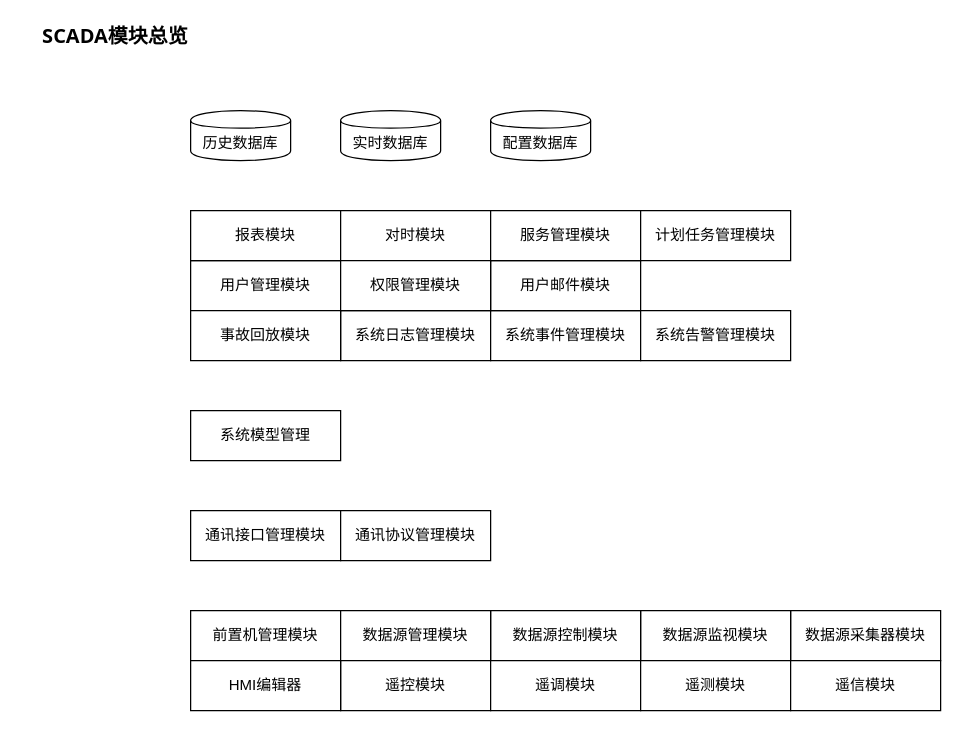
Before: page "SCADA模块" (3 of 3) of 未命名绘图.drawio in bedreamer/draw.io, a draw.io diagram. Source tidied: cells renumbered, new cells numbered last; positions are measured from the earlier drawing's top-left corner, leaving out a move shared by most shapes. Both pictures are drawn from the tidied source at 125%, with x=0, y=0 at pixel (21, 22).
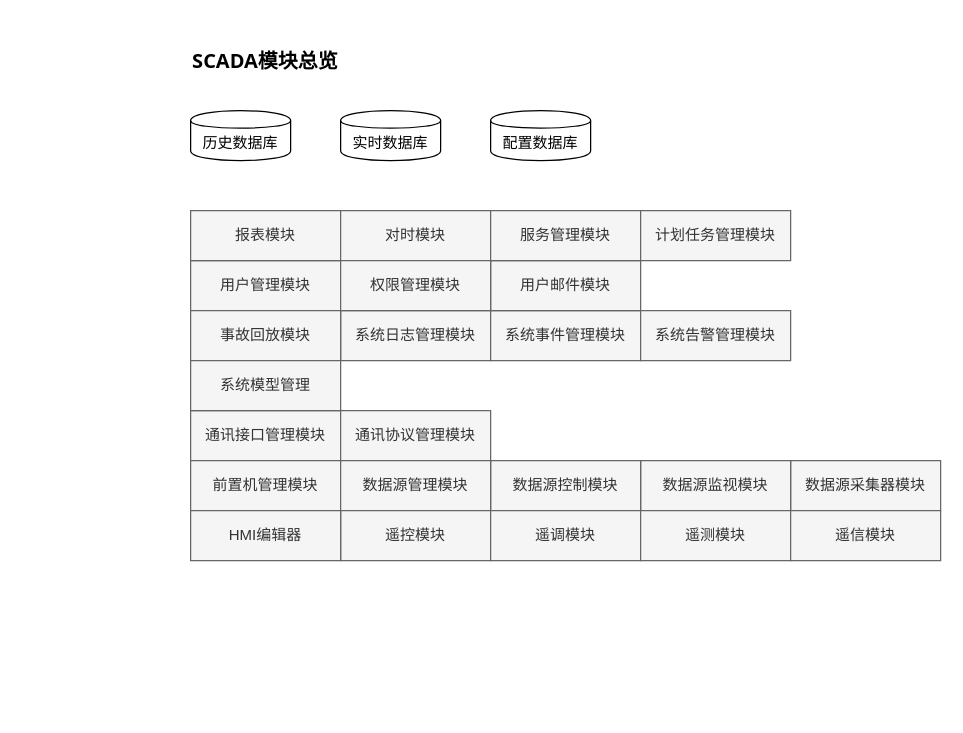
The same page after the edit.

Commit message:
更新未命名绘图.drawio

Diff of the diagram source:
```diff
@@
-    <mxCell id="2" value="系统日志管理模块" style="rounded=0;whiteSpace=wrap;html=1;" parent="1" vertex="1">
+    <mxCell id="2" value="系统日志管理模块" style="rounded=0;whiteSpace=wrap;html=1;fillColor=#f5f5f5;strokeColor=#666666;fontColor=#333333;" parent="1" vertex="1">
       <mxGeometry x="255" y="230" width="120" height="40" as="geometry" />
     </mxCell>
-    <mxCell id="3" value="系统事件管理模块" style="rounded=0;whiteSpace=wrap;html=1;" parent="1" vertex="1">
+    <mxCell id="3" value="系统事件管理模块" style="rounded=0;whiteSpace=wrap;html=1;fillColor=#f5f5f5;strokeColor=#666666;fontColor=#333333;" parent="1" vertex="1">
       <mxGeometry x="375" y="230" width="120" height="40" as="geometry" />
     </mxCell>
@@
-    <mxCell id="6" value="数据源采集器模块" style="rounded=0;whiteSpace=wrap;html=1;" parent="1" vertex="1">
-      <mxGeometry x="615" y="470" width="120" height="40" as="geometry" />
+    <mxCell id="6" value="数据源采集器模块" style="rounded=0;whiteSpace=wrap;html=1;fillColor=#f5f5f5;strokeColor=#666666;fontColor=#333333;" parent="1" vertex="1">
+      <mxGeometry x="615" y="350" width="120" height="40" as="geometry" />
     </mxCell>
@@
-    <mxCell id="8" value="数据源监视模块" style="rounded=0;whiteSpace=wrap;html=1;" parent="1" vertex="1">
-      <mxGeometry x="495" y="470" width="120" height="40" as="geometry" />
+    <mxCell id="8" value="数据源监视模块" style="rounded=0;whiteSpace=wrap;html=1;fillColor=#f5f5f5;strokeColor=#666666;fontColor=#333333;" parent="1" vertex="1">
+      <mxGeometry x="495" y="350" width="120" height="40" as="geometry" />
     </mxCell>
-    <mxCell id="9" value="数据源控制模块" style="rounded=0;whiteSpace=wrap;html=1;" parent="1" vertex="1">
-      <mxGeometry x="375" y="470" width="120" height="40" as="geometry" />
+    <mxCell id="9" value="数据源控制模块" style="rounded=0;whiteSpace=wrap;html=1;fillColor=#f5f5f5;strokeColor=#666666;fontColor=#333333;" parent="1" vertex="1">
+      <mxGeometry x="375" y="350" width="120" height="40" as="geometry" />
     </mxCell>
-    <mxCell id="10" value="用户管理模块" style="rounded=0;whiteSpace=wrap;html=1;" parent="1" vertex="1">
+    <mxCell id="10" value="用户管理模块" style="rounded=0;whiteSpace=wrap;html=1;fillColor=#f5f5f5;strokeColor=#666666;fontColor=#333333;" parent="1" vertex="1">
       <mxGeometry x="135" y="190" width="120" height="40" as="geometry" />
     </mxCell>
-    <mxCell id="11" value="用户邮件模块" style="rounded=0;whiteSpace=wrap;html=1;" parent="1" vertex="1">
+    <mxCell id="11" value="用户邮件模块" style="rounded=0;whiteSpace=wrap;html=1;fillColor=#f5f5f5;strokeColor=#666666;fontColor=#333333;" parent="1" vertex="1">
       <mxGeometry x="375" y="190" width="120" height="40" as="geometry" />
     </mxCell>
     <mxCell id="12" value="SCADA模块总览" style="text;html=1;strokeColor=none;fillColor=none;align=center;verticalAlign=middle;whiteSpace=wrap;rounded=0;fontStyle=1;fontFamily=Tahoma;fontSize=16;" parent="1" vertex="1">
-      <mxGeometry width="150" height="20" as="geometry" />
+      <mxGeometry x="120" y="20" width="150" height="20" as="geometry" />
     </mxCell>
-    <mxCell id="13" value="事故回放模块" style="rounded=0;whiteSpace=wrap;html=1;fontFamily=Helvetica;fontSize=12;" parent="1" vertex="1">
+    <mxCell id="13" value="事故回放模块" style="rounded=0;whiteSpace=wrap;html=1;fontFamily=Helvetica;fontSize=12;fillColor=#f5f5f5;strokeColor=#666666;fontColor=#333333;" parent="1" vertex="1">
       <mxGeometry x="135" y="230" width="120" height="40" as="geometry" />
     </mxCell>
-    <mxCell id="14" value="通讯接口管理模块" style="rounded=0;whiteSpace=wrap;html=1;fontFamily=Helvetica;fontSize=12;" parent="1" vertex="1">
-      <mxGeometry x="135" y="390" width="120" height="40" as="geometry" />
+    <mxCell id="14" value="通讯接口管理模块" style="rounded=0;whiteSpace=wrap;html=1;fontFamily=Helvetica;fontSize=12;fillColor=#f5f5f5;strokeColor=#666666;fontColor=#333333;" parent="1" vertex="1">
+      <mxGeometry x="135" y="310" width="120" height="40" as="geometry" />
     </mxCell>
-    <mxCell id="15" value="前置机管理模块" style="rounded=0;whiteSpace=wrap;html=1;fontFamily=Helvetica;fontSize=12;" parent="1" vertex="1">
-      <mxGeometry x="135" y="470" width="120" height="40" as="geometry" />
+    <mxCell id="15" value="前置机管理模块" style="rounded=0;whiteSpace=wrap;html=1;fontFamily=Helvetica;fontSize=12;fillColor=#f5f5f5;strokeColor=#666666;fontColor=#333333;" parent="1" vertex="1">
+      <mxGeometry x="135" y="350" width="120" height="40" as="geometry" />
     </mxCell>
-    <mxCell id="16" value="通讯协议管理模块" style="rounded=0;whiteSpace=wrap;html=1;fontFamily=Helvetica;fontSize=12;" parent="1" vertex="1">
-      <mxGeometry x="255" y="390" width="120" height="40" as="geometry" />
+    <mxCell id="16" value="通讯协议管理模块" style="rounded=0;whiteSpace=wrap;html=1;fontFamily=Helvetica;fontSize=12;fillColor=#f5f5f5;strokeColor=#666666;fontColor=#333333;" parent="1" vertex="1">
+      <mxGeometry x="255" y="310" width="120" height="40" as="geometry" />
     </mxCell>
-    <mxCell id="17" value="数据源管理模块" style="rounded=0;whiteSpace=wrap;html=1;fontFamily=Helvetica;fontSize=12;" parent="1" vertex="1">
-      <mxGeometry x="255" y="470" width="120" height="40" as="geometry" />
+    <mxCell id="17" value="数据源管理模块" style="rounded=0;whiteSpace=wrap;html=1;fontFamily=Helvetica;fontSize=12;fillColor=#f5f5f5;strokeColor=#666666;fontColor=#333333;" parent="1" vertex="1">
+      <mxGeometry x="255" y="350" width="120" height="40" as="geometry" />
     </mxCell>
-    <mxCell id="18" value="遥控模块" style="rounded=0;whiteSpace=wrap;html=1;fontFamily=Helvetica;fontSize=12;" parent="1" vertex="1">
-      <mxGeometry x="255" y="510" width="120" height="40" as="geometry" />
+    <mxCell id="18" value="遥控模块" style="rounded=0;whiteSpace=wrap;html=1;fontFamily=Helvetica;fontSize=12;fillColor=#f5f5f5;strokeColor=#666666;fontColor=#333333;" parent="1" vertex="1">
+      <mxGeometry x="255" y="390" width="120" height="40" as="geometry" />
     </mxCell>
-    <mxCell id="19" value="遥调模块" style="rounded=0;whiteSpace=wrap;html=1;fontFamily=Helvetica;fontSize=12;" parent="1" vertex="1">
-      <mxGeometry x="375" y="510" width="120" height="40" as="geometry" />
+    <mxCell id="19" value="遥调模块" style="rounded=0;whiteSpace=wrap;html=1;fontFamily=Helvetica;fontSize=12;fillColor=#f5f5f5;strokeColor=#666666;fontColor=#333333;" parent="1" vertex="1">
+      <mxGeometry x="375" y="390" width="120" height="40" as="geometry" />
     </mxCell>
-    <mxCell id="20" value="遥测模块" style="rounded=0;whiteSpace=wrap;html=1;fontFamily=Helvetica;fontSize=12;" parent="1" vertex="1">
-      <mxGeometry x="495" y="510" width="120" height="40" as="geometry" />
+    <mxCell id="20" value="遥测模块" style="rounded=0;whiteSpace=wrap;html=1;fontFamily=Helvetica;fontSize=12;fillColor=#f5f5f5;strokeColor=#666666;fontColor=#333333;" parent="1" vertex="1">
+      <mxGeometry x="495" y="390" width="120" height="40" as="geometry" />
     </mxCell>
-    <mxCell id="21" value="遥信模块" style="rounded=0;whiteSpace=wrap;html=1;fontFamily=Helvetica;fontSize=12;" parent="1" vertex="1">
-      <mxGeometry x="615" y="510" width="120" height="40" as="geometry" />
+    <mxCell id="21" value="遥信模块" style="rounded=0;whiteSpace=wrap;html=1;fontFamily=Helvetica;fontSize=12;fillColor=#f5f5f5;strokeColor=#666666;fontColor=#333333;" parent="1" vertex="1">
+      <mxGeometry x="615" y="390" width="120" height="40" as="geometry" />
     </mxCell>
-    <mxCell id="22" value="报表模块" style="rounded=0;whiteSpace=wrap;html=1;fontFamily=Helvetica;fontSize=12;" parent="1" vertex="1">
+    <mxCell id="22" value="报表模块" style="rounded=0;whiteSpace=wrap;html=1;fontFamily=Helvetica;fontSize=12;fillColor=#f5f5f5;strokeColor=#666666;fontColor=#333333;" parent="1" vertex="1">
       <mxGeometry x="135" y="150" width="120" height="40" as="geometry" />
     </mxCell>
-    <mxCell id="23" value="对时模块" style="rounded=0;whiteSpace=wrap;html=1;fontFamily=Helvetica;fontSize=12;" parent="1" vertex="1">
+    <mxCell id="23" value="对时模块" style="rounded=0;whiteSpace=wrap;html=1;fontFamily=Helvetica;fontSize=12;fillColor=#f5f5f5;strokeColor=#666666;fontColor=#333333;" parent="1" vertex="1">
       <mxGeometry x="255" y="150" width="120" height="40" as="geometry" />
     </mxCell>
-    <mxCell id="24" value="系统告警管理模块" style="rounded=0;whiteSpace=wrap;html=1;" parent="1" vertex="1">
+    <mxCell id="24" value="系统告警管理模块" style="rounded=0;whiteSpace=wrap;html=1;fillColor=#f5f5f5;strokeColor=#666666;fontColor=#333333;" parent="1" vertex="1">
       <mxGeometry x="495" y="230" width="120" height="40" as="geometry" />
     </mxCell>
-    <mxCell id="25" value="系统模型管理" style="rounded=0;whiteSpace=wrap;html=1;fontFamily=Helvetica;fontSize=12;" parent="1" vertex="1">
-      <mxGeometry x="135" y="310" width="120" height="40" as="geometry" />
+    <mxCell id="25" value="系统模型管理" style="rounded=0;whiteSpace=wrap;html=1;fontFamily=Helvetica;fontSize=12;fillColor=#f5f5f5;strokeColor=#666666;fontColor=#333333;" parent="1" vertex="1">
+      <mxGeometry x="135" y="270" width="120" height="40" as="geometry" />
     </mxCell>
-    <mxCell id="26" value="HMI编辑器" style="rounded=0;whiteSpace=wrap;html=1;fontFamily=Helvetica;fontSize=12;" parent="1" vertex="1">
-      <mxGeometry x="135" y="510" width="120" height="40" as="geometry" />
+    <mxCell id="26" value="HMI编辑器" style="rounded=0;whiteSpace=wrap;html=1;fontFamily=Helvetica;fontSize=12;fillColor=#f5f5f5;strokeColor=#666666;fontColor=#333333;" parent="1" vertex="1">
+      <mxGeometry x="135" y="390" width="120" height="40" as="geometry" />
     </mxCell>
-    <mxCell id="27" value="服务管理模块" style="rounded=0;whiteSpace=wrap;html=1;fontFamily=Helvetica;fontSize=12;" parent="1" vertex="1">
+    <mxCell id="27" value="服务管理模块" style="rounded=0;whiteSpace=wrap;html=1;fontFamily=Helvetica;fontSize=12;fillColor=#f5f5f5;strokeColor=#666666;fontColor=#333333;" parent="1" vertex="1">
       <mxGeometry x="375" y="150" width="120" height="40" as="geometry" />
     </mxCell>
-    <mxCell id="28" value="计划任务管理模块" style="rounded=0;whiteSpace=wrap;html=1;fontFamily=Helvetica;fontSize=12;" parent="1" vertex="1">
+    <mxCell id="28" value="计划任务管理模块" style="rounded=0;whiteSpace=wrap;html=1;fontFamily=Helvetica;fontSize=12;fillColor=#f5f5f5;strokeColor=#666666;fontColor=#333333;" parent="1" vertex="1">
       <mxGeometry x="495" y="150" width="120" height="40" as="geometry" />
     </mxCell>
-    <mxCell id="29" value="权限管理模块" style="rounded=0;whiteSpace=wrap;html=1;fontFamily=Helvetica;fontSize=12;" parent="1" vertex="1">
+    <mxCell id="29" value="权限管理模块" style="rounded=0;whiteSpace=wrap;html=1;fontFamily=Helvetica;fontSize=12;fillColor=#f5f5f5;strokeColor=#666666;fontColor=#333333;" parent="1" vertex="1">
       <mxGeometry x="255" y="190" width="120" height="40" as="geometry" />
     </mxCell>
```
